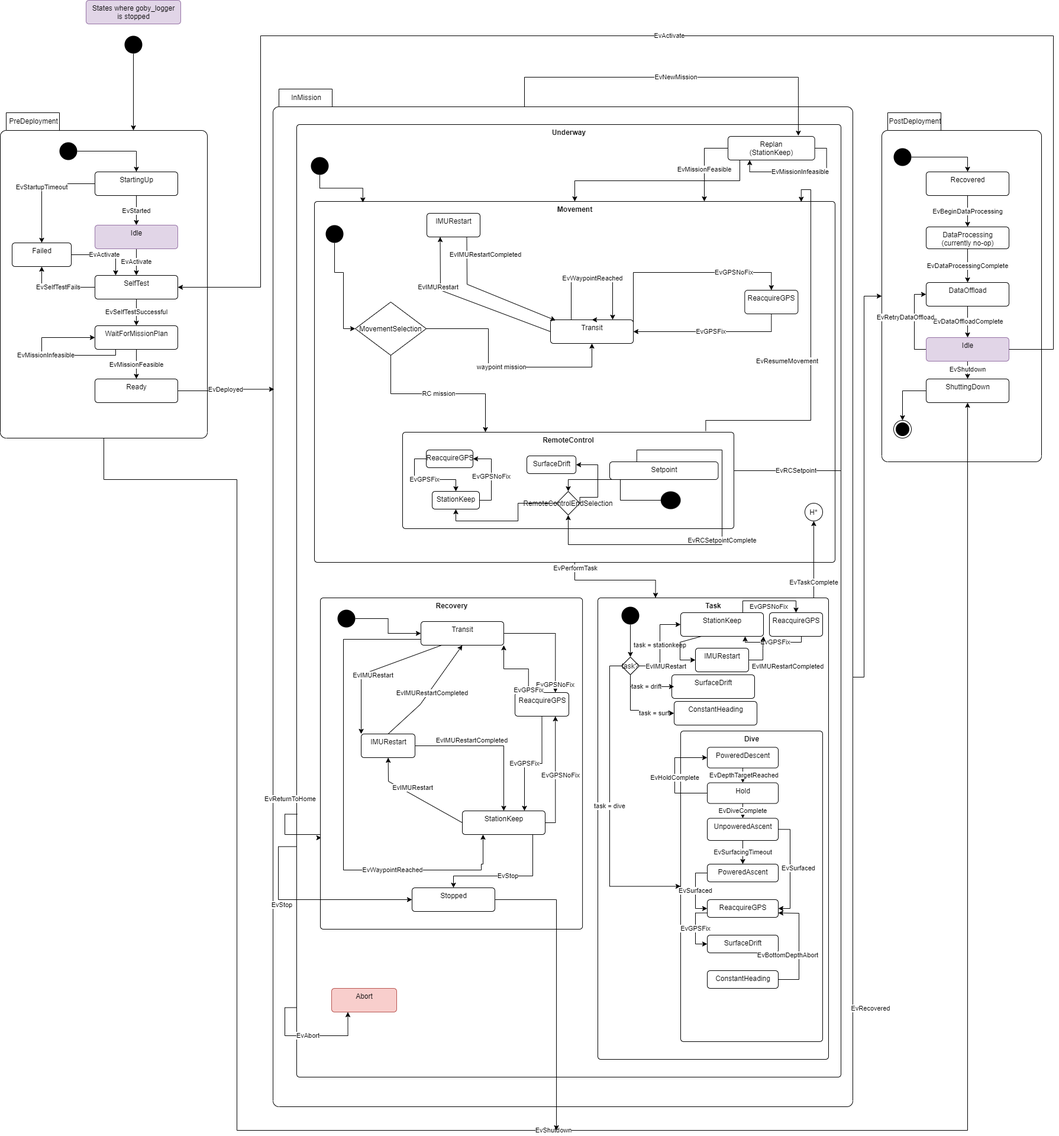
Earlier version of the draw.io export src/doc/figures/mission-states.png (jaiarobotics/jaiabot). Source tidied: cells renumbered, new cells last; positions are measured from the earlier drawing's top-left corner, leaving out a move shared by most shapes.
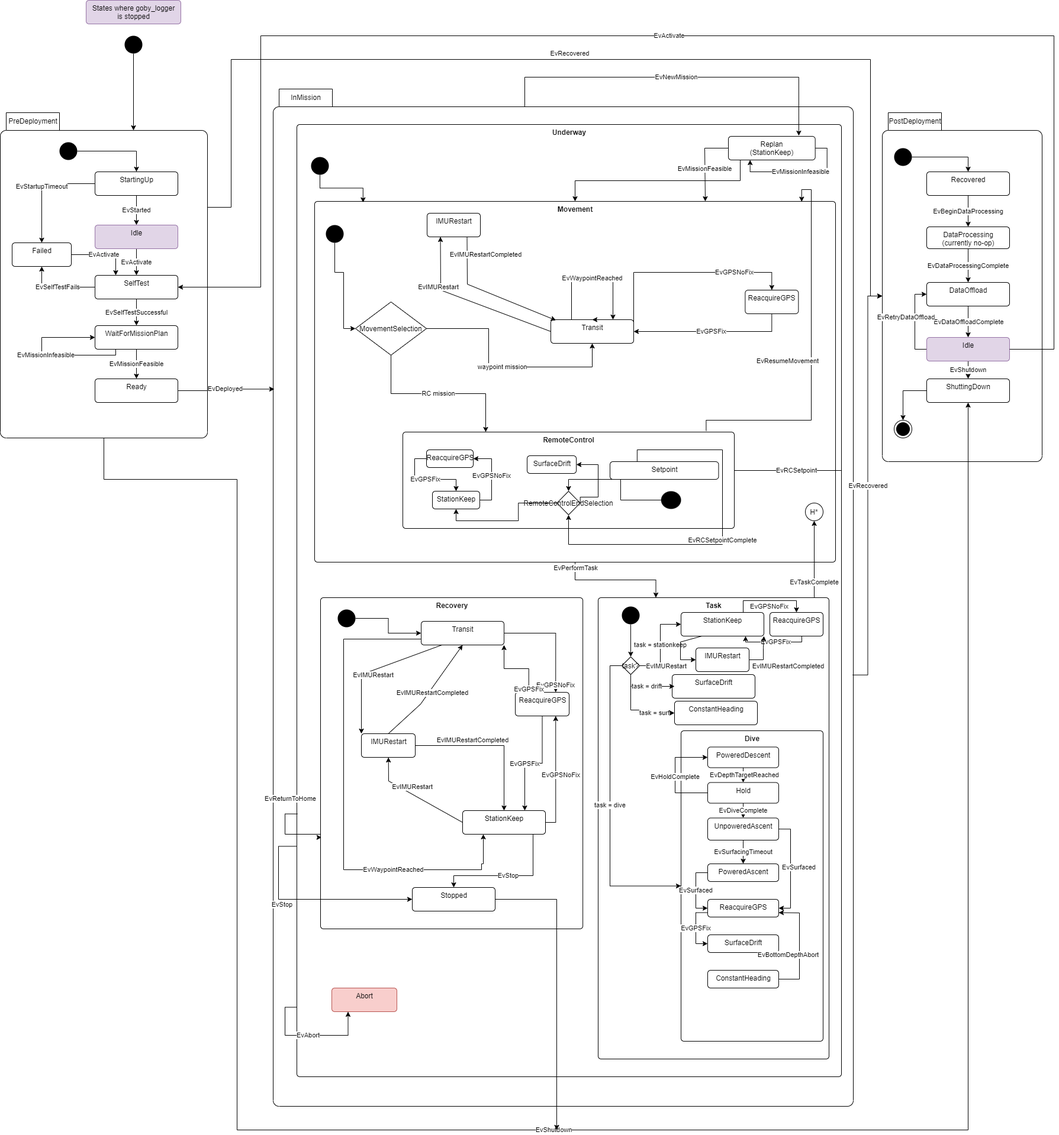
The same diagram one commit later.

Commit message:
Added diagram update for mission state

The edit, as a diff of the source:
```diff
@@ -591,13 +591,8 @@
     <mxCell id="136" value="EvDeployed" style="edgeStyle=orthogonalEdgeStyle;rounded=0;jettySize=auto;html=1;entryX=0.002;entryY=0.295;entryDx=0;entryDy=0;entryPerimeter=0;" parent="1" edge="1" source="23" target="37">
       <mxGeometry relative="1" as="geometry" />
     </mxCell>
-    <mxCell id="137" value="EvRecovered" style="edgeStyle=orthogonalEdgeStyle;rounded=0;jettySize=auto;html=1;entryX=0;entryY=0;entryDx=0;entryDy=310;entryPerimeter=0;exitX=1;exitY=0.965;exitDx=0;exitDy=0;exitPerimeter=0;" parent="1" edge="1" source="37" target="3">
-      <mxGeometry x="-0.84" y="-30" relative="1" as="geometry">
-        <Array as="points">
-          <mxPoint x="1460" y="1144" />
-          <mxPoint x="1460" y="500" />
-        </Array>
-      </mxGeometry>
+    <mxCell id="137" value="EvRecovered" style="edgeStyle=orthogonalEdgeStyle;rounded=0;jettySize=auto;html=1;entryX=0;entryY=0;entryDx=0;entryDy=310;entryPerimeter=0;exitX=0.999;exitY=0.576;exitDx=0;exitDy=0;exitPerimeter=0;" parent="1" edge="1" source="37" target="3">
+      <mxGeometry relative="1" as="geometry" />
     </mxCell>
     <mxCell id="138" value="EvShutdown" style="edgeStyle=orthogonalEdgeStyle;rounded=0;jettySize=auto;html=1;entryX=0.5;entryY=1;entryDx=0;entryDy=0;exitX=0.5;exitY=1;exitDx=0;exitDy=0;exitPerimeter=0;" parent="1" edge="1" source="19" target="10">
       <mxGeometry relative="1" as="geometry">
@@ -688,5 +683,15 @@
     <mxCell id="154" value="RC mission" style="edgeStyle=orthogonalEdgeStyle;rounded=0;jettySize=auto;html=1;entryX=0.25;entryY=0;entryDx=0;entryDy=0;exitX=0.5;exitY=1;exitDx=0;exitDy=0;" parent="1" edge="1" source="152" target="124">
       <mxGeometry relative="1" as="geometry" />
     </mxCell>
+    <mxCell id="155" value="EvRecovered" style="edgeStyle=orthogonalEdgeStyle;rounded=0;jettySize=auto;html=1;entryX=0;entryY=0;entryDx=0;entryDy=310;entryPerimeter=0;exitX=0;exitY=0;exitDx=350;exitDy=160;exitPerimeter=0;" parent="1" edge="1" source="19" target="3">
+      <mxGeometry x="-0.04" y="10" relative="1" as="geometry">
+        <Array as="points">
+          <mxPoint x="390" y="350" />
+          <mxPoint x="390" y="100" />
+          <mxPoint x="1470" y="100" />
+          <mxPoint x="1470" y="500" />
+        </Array>
+      </mxGeometry>
+    </mxCell>
   </root>
 </mxGraphModel>
```
